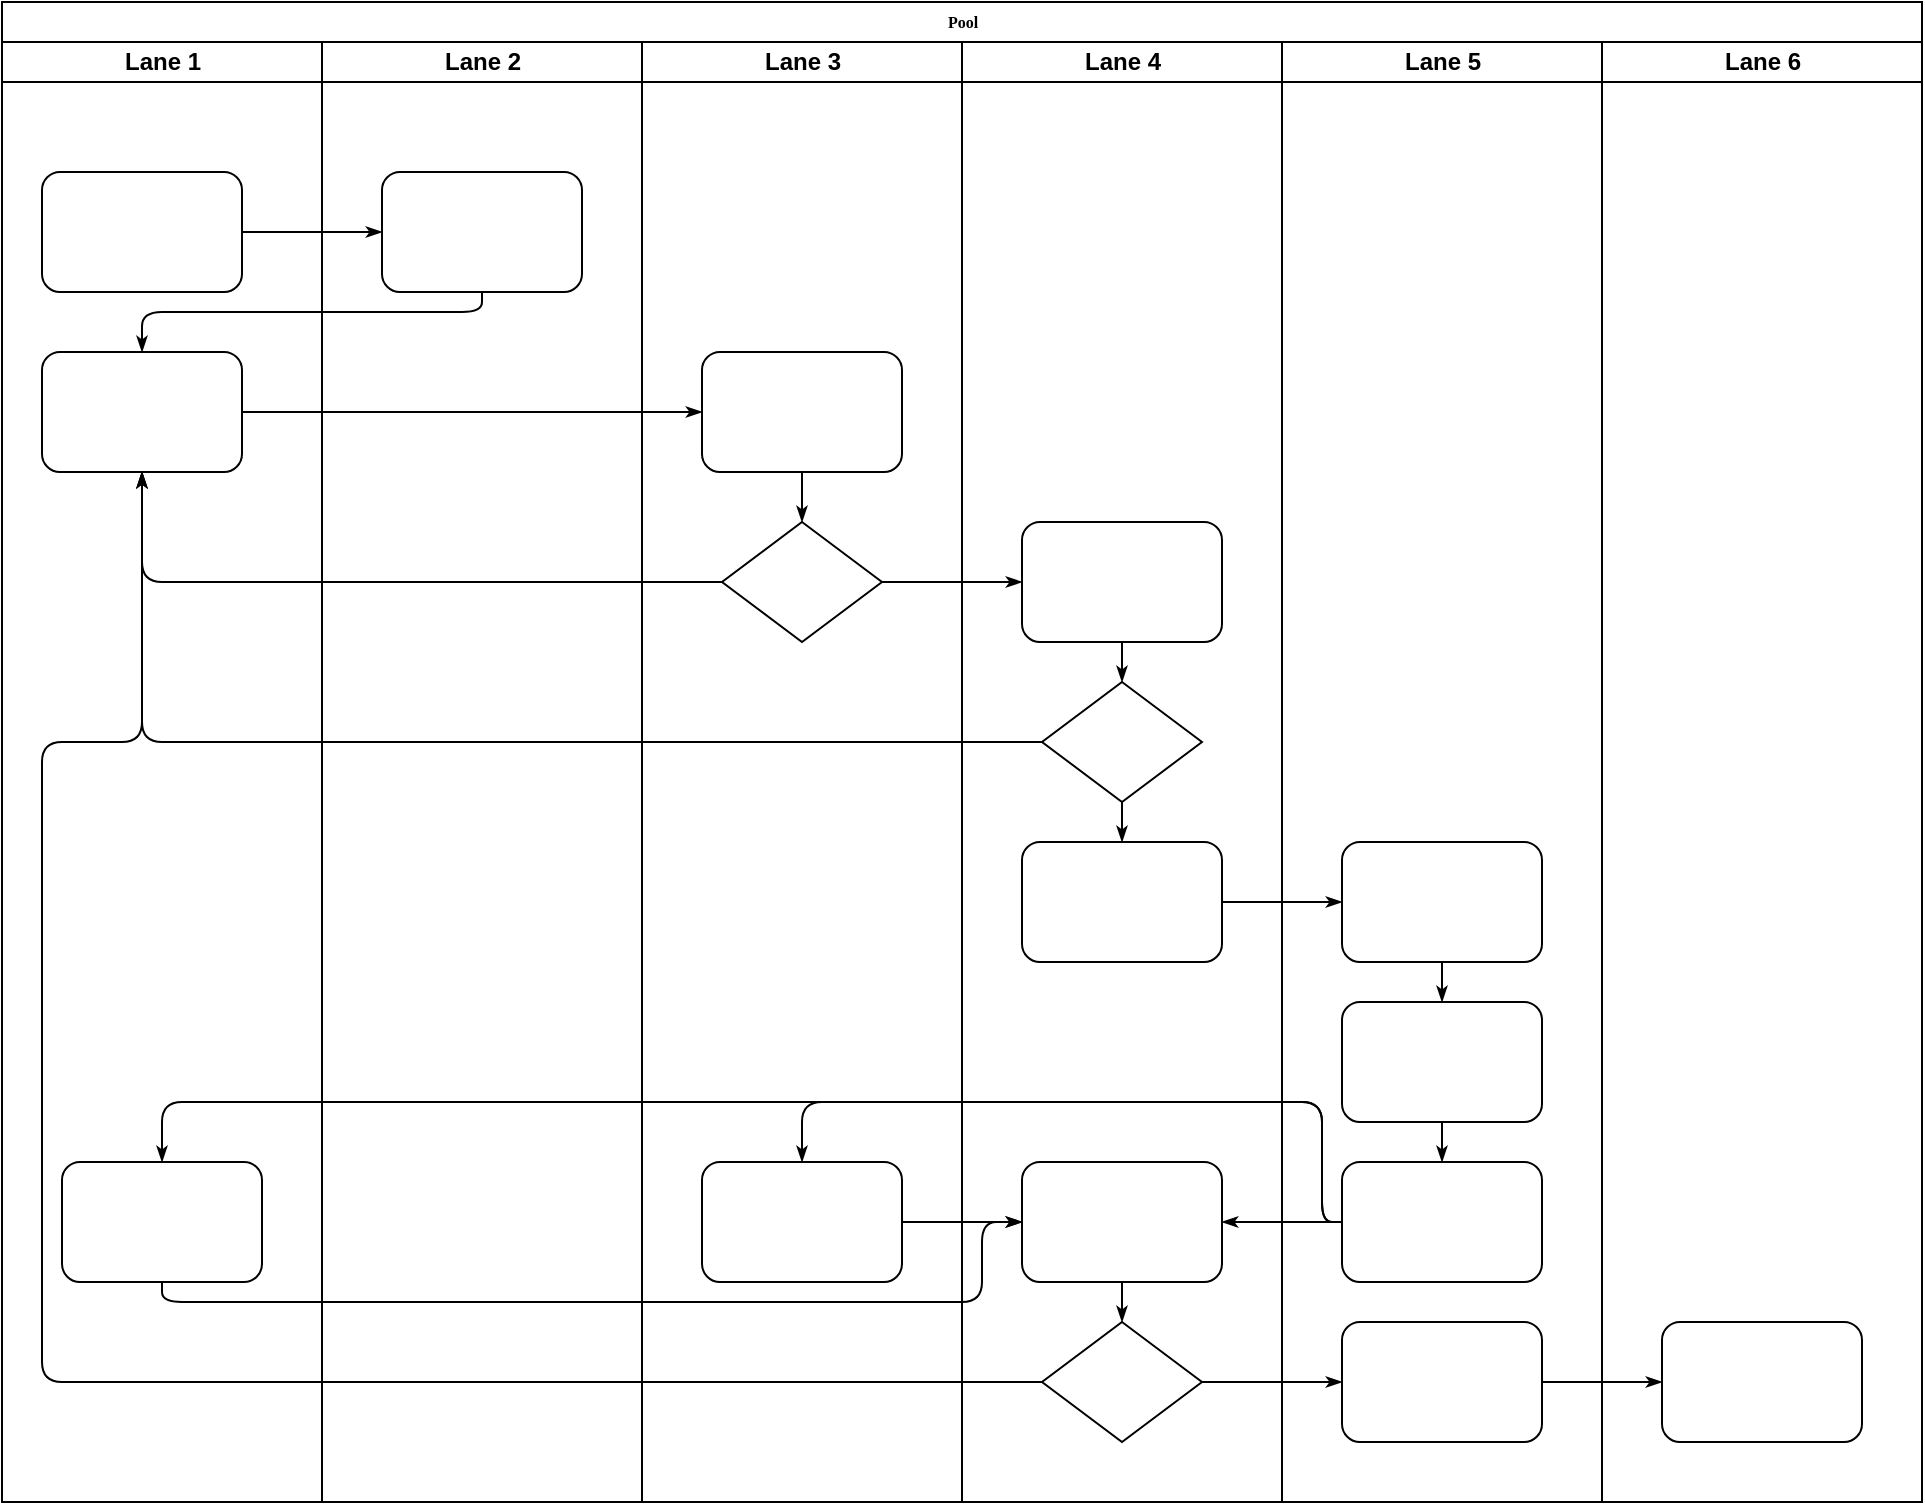
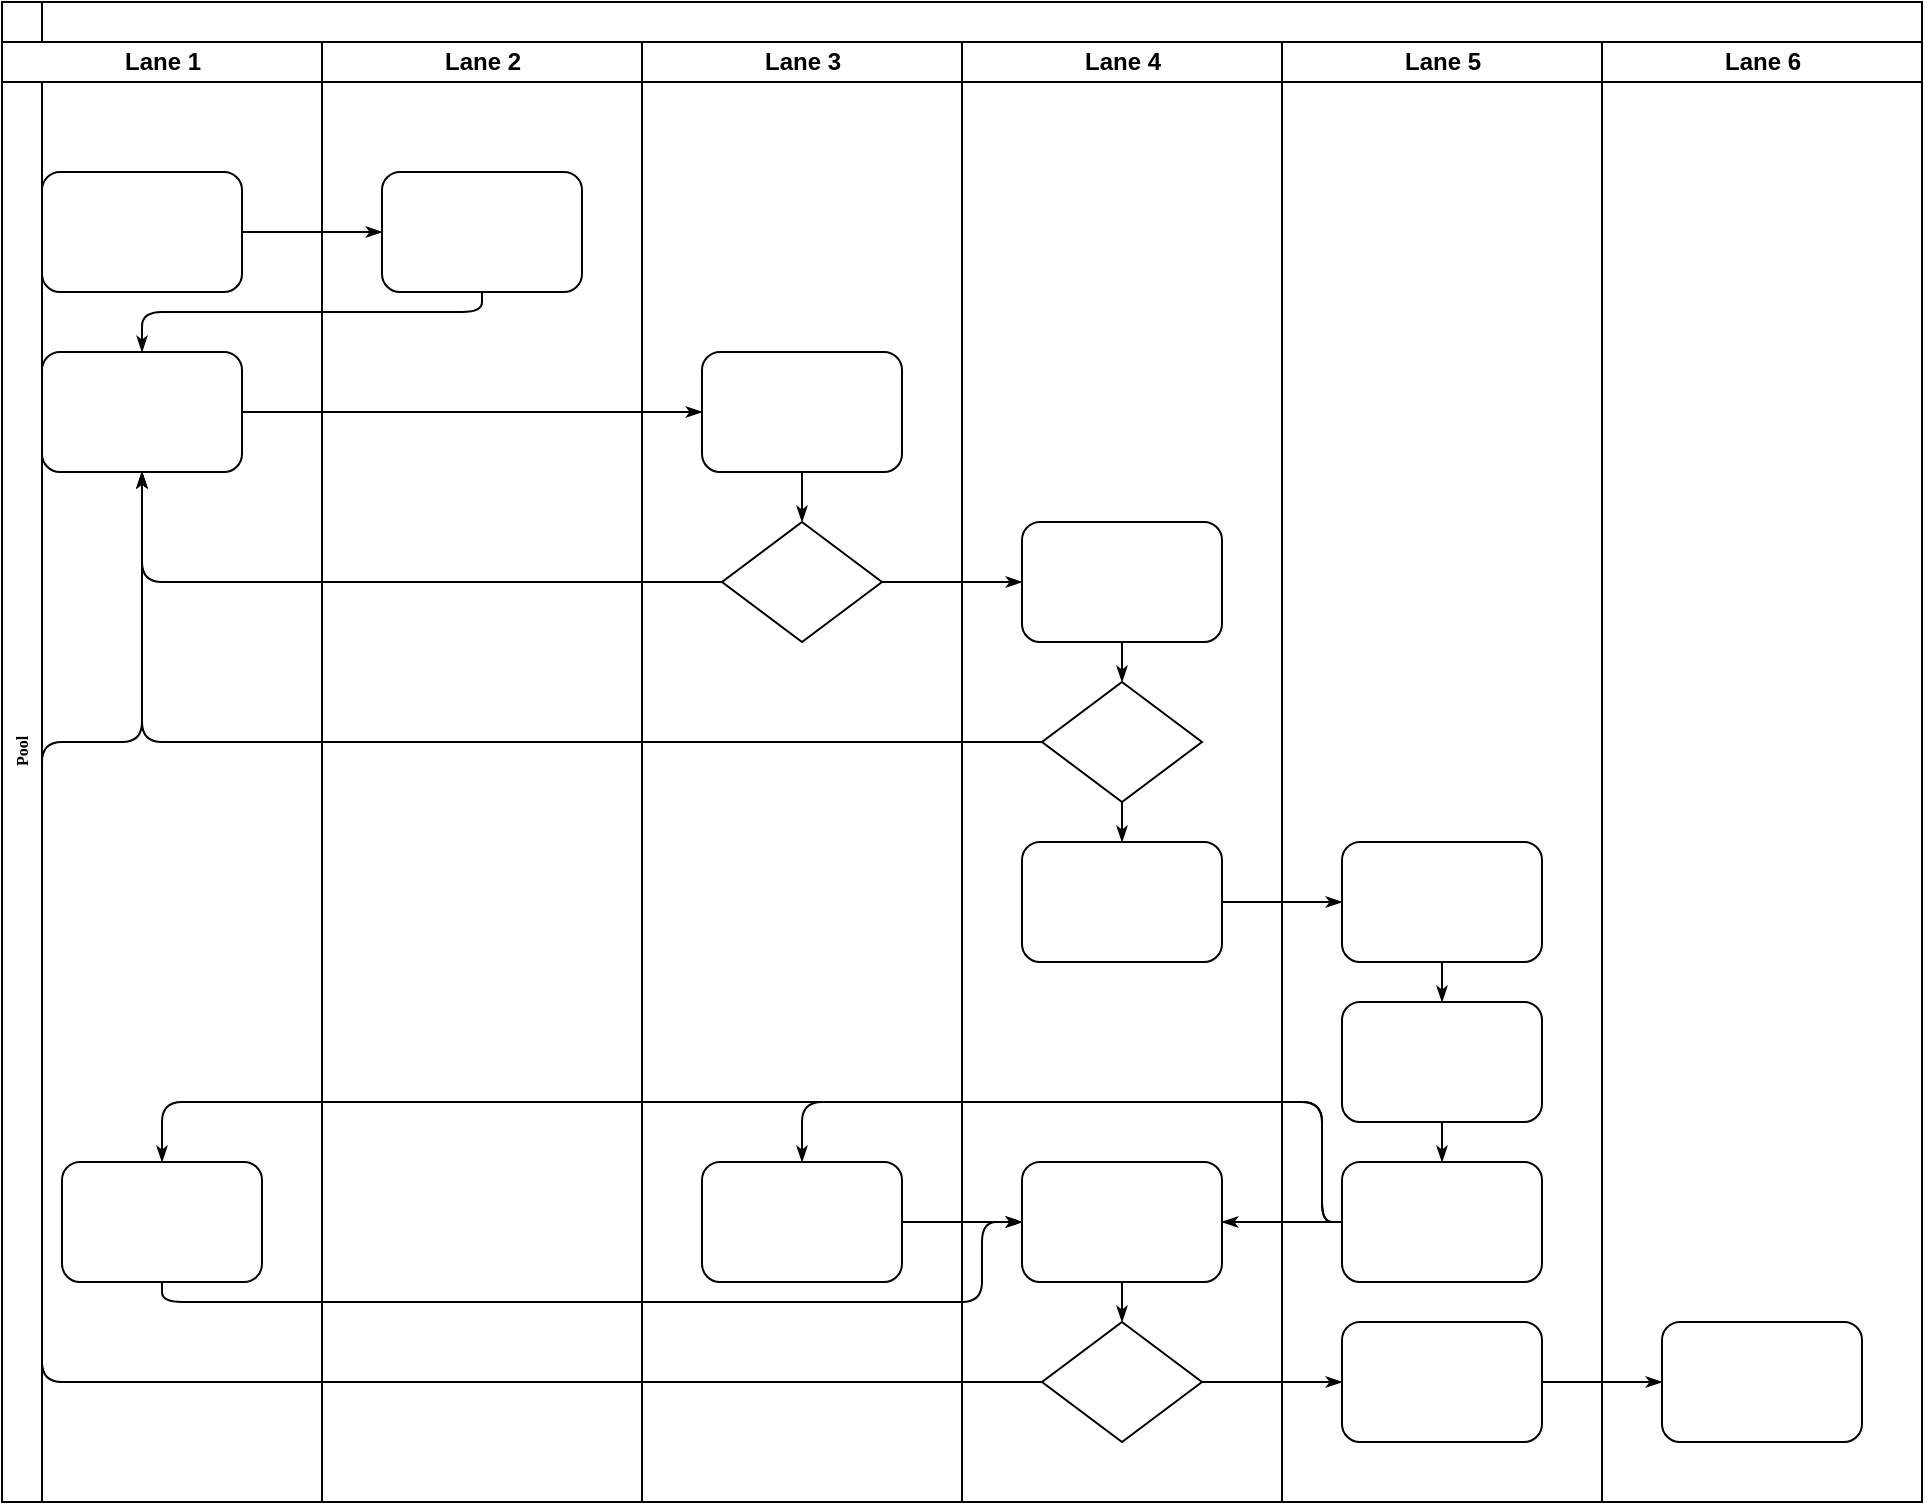
<mxfile host="localhost" modified="2021-05-13T06:26:17.307Z" agent="5.0 (Windows NT 10.0; Win64; x64) AppleWebKit/537.36 (KHTML, like Gecko) Chrome/90.0.4430.212 Safari/537.36" etag="BCXAXoKLO9oIDc7atNh_" version="@DRAWIO-VERSION@" type="device">
  <diagram name="Page-1" id="74e2e168-ea6b-b213-b513-2b3c1d86103e">
    <mxGraphModel dx="1408" dy="748" grid="1" gridSize="10" guides="1" tooltips="1" connect="1" arrows="1" fold="1" page="1" pageScale="1" pageWidth="1100" pageHeight="850" background="none" math="0" shadow="0">
      <root>
        <mxCell id="0" />
        <mxCell id="1" parent="0" />
-         <mxCell id="77e6c97f196da883-1" value="Pool" style="swimlane;html=1;childLayout=stackLayout;startSize=20;rounded=0;shadow=0;labelBackgroundColor=none;strokeWidth=1;fontFamily=Verdana;fontSize=8;align=center;" parent="1" vertex="1">
+         <mxCell id="77e6c97f196da883-1" value="Pool" style="swimlane;html=1;childLayout=stackLayout;horizontal=0;startSize=20;horizontalStack=0;rounded=0;shadow=0;labelBackgroundColor=none;strokeWidth=1;fontFamily=Verdana;fontSize=8;align=center;" parent="1" vertex="1">
          <mxGeometry x="70" y="40" width="960" height="750" as="geometry" />
        </mxCell>
        <mxCell id="77e6c97f196da883-2" value="Lane 1" style="swimlane;html=1;startSize=20;" parent="77e6c97f196da883-1" vertex="1">
          <mxGeometry y="20" width="160" height="730" as="geometry" />
        </mxCell>
        <mxCell id="77e6c97f196da883-8" value="" style="rounded=1;whiteSpace=wrap;html=1;shadow=0;labelBackgroundColor=none;strokeWidth=1;fontFamily=Verdana;fontSize=8;align=center;" parent="77e6c97f196da883-2" vertex="1">
          <mxGeometry x="20" y="65" width="100" height="60" as="geometry" />
        </mxCell>
        <mxCell id="77e6c97f196da883-9" value="" style="rounded=1;whiteSpace=wrap;html=1;shadow=0;labelBackgroundColor=none;strokeWidth=1;fontFamily=Verdana;fontSize=8;align=center;" parent="77e6c97f196da883-2" vertex="1">
          <mxGeometry x="20" y="155" width="100" height="60" as="geometry" />
        </mxCell>
        <mxCell id="77e6c97f196da883-10" value="" style="rounded=1;whiteSpace=wrap;html=1;shadow=0;labelBackgroundColor=none;strokeWidth=1;fontFamily=Verdana;fontSize=8;align=center;" parent="77e6c97f196da883-2" vertex="1">
          <mxGeometry x="30" y="560" width="100" height="60" as="geometry" />
        </mxCell>
        <mxCell id="77e6c97f196da883-26" style="edgeStyle=orthogonalEdgeStyle;rounded=1;html=1;labelBackgroundColor=none;startArrow=none;startFill=0;startSize=5;endArrow=classicThin;endFill=1;endSize=5;jettySize=auto;orthogonalLoop=1;strokeWidth=1;fontFamily=Verdana;fontSize=8" parent="77e6c97f196da883-1" source="77e6c97f196da883-8" target="77e6c97f196da883-11" edge="1">
          <mxGeometry relative="1" as="geometry" />
        </mxCell>
        <mxCell id="77e6c97f196da883-27" style="edgeStyle=orthogonalEdgeStyle;rounded=1;html=1;labelBackgroundColor=none;startArrow=none;startFill=0;startSize=5;endArrow=classicThin;endFill=1;endSize=5;jettySize=auto;orthogonalLoop=1;strokeWidth=1;fontFamily=Verdana;fontSize=8" parent="77e6c97f196da883-1" source="77e6c97f196da883-11" target="77e6c97f196da883-9" edge="1">
          <mxGeometry relative="1" as="geometry">
            <Array as="points">
              <mxPoint x="240" y="155" />
              <mxPoint x="70" y="155" />
            </Array>
          </mxGeometry>
        </mxCell>
        <mxCell id="77e6c97f196da883-28" style="edgeStyle=orthogonalEdgeStyle;rounded=1;html=1;labelBackgroundColor=none;startArrow=none;startFill=0;startSize=5;endArrow=classicThin;endFill=1;endSize=5;jettySize=auto;orthogonalLoop=1;strokeWidth=1;fontFamily=Verdana;fontSize=8" parent="77e6c97f196da883-1" source="77e6c97f196da883-9" target="77e6c97f196da883-12" edge="1">
          <mxGeometry relative="1" as="geometry" />
        </mxCell>
        <mxCell id="77e6c97f196da883-30" style="edgeStyle=orthogonalEdgeStyle;rounded=1;html=1;labelBackgroundColor=none;startArrow=none;startFill=0;startSize=5;endArrow=classicThin;endFill=1;endSize=5;jettySize=auto;orthogonalLoop=1;strokeWidth=1;fontFamily=Verdana;fontSize=8" parent="77e6c97f196da883-1" source="77e6c97f196da883-13" target="77e6c97f196da883-9" edge="1">
          <mxGeometry relative="1" as="geometry" />
        </mxCell>
        <mxCell id="77e6c97f196da883-31" style="edgeStyle=orthogonalEdgeStyle;rounded=1;html=1;labelBackgroundColor=none;startArrow=none;startFill=0;startSize=5;endArrow=classicThin;endFill=1;endSize=5;jettySize=auto;orthogonalLoop=1;strokeWidth=1;fontFamily=Verdana;fontSize=8" parent="77e6c97f196da883-1" source="77e6c97f196da883-16" target="77e6c97f196da883-9" edge="1">
          <mxGeometry relative="1" as="geometry" />
        </mxCell>
        <mxCell id="77e6c97f196da883-32" style="edgeStyle=orthogonalEdgeStyle;rounded=1;html=1;labelBackgroundColor=none;startArrow=none;startFill=0;startSize=5;endArrow=classicThin;endFill=1;endSize=5;jettySize=auto;orthogonalLoop=1;strokeWidth=1;fontFamily=Verdana;fontSize=8" parent="77e6c97f196da883-1" source="77e6c97f196da883-20" target="77e6c97f196da883-9" edge="1">
          <mxGeometry relative="1" as="geometry">
            <Array as="points">
              <mxPoint x="20" y="690" />
              <mxPoint x="20" y="370" />
              <mxPoint x="70" y="370" />
            </Array>
          </mxGeometry>
        </mxCell>
        <mxCell id="77e6c97f196da883-33" style="edgeStyle=orthogonalEdgeStyle;rounded=1;html=1;labelBackgroundColor=none;startArrow=none;startFill=0;startSize=5;endArrow=classicThin;endFill=1;endSize=5;jettySize=auto;orthogonalLoop=1;strokeWidth=1;fontFamily=Verdana;fontSize=8" parent="77e6c97f196da883-1" source="77e6c97f196da883-13" target="77e6c97f196da883-15" edge="1">
          <mxGeometry relative="1" as="geometry" />
        </mxCell>
        <mxCell id="77e6c97f196da883-39" style="edgeStyle=orthogonalEdgeStyle;rounded=1;html=1;labelBackgroundColor=none;startArrow=none;startFill=0;startSize=5;endArrow=classicThin;endFill=1;endSize=5;jettySize=auto;orthogonalLoop=1;strokeWidth=1;fontFamily=Verdana;fontSize=8" parent="77e6c97f196da883-1" source="77e6c97f196da883-20" target="77e6c97f196da883-23" edge="1">
          <mxGeometry relative="1" as="geometry" />
        </mxCell>
        <mxCell id="77e6c97f196da883-40" style="edgeStyle=orthogonalEdgeStyle;rounded=1;html=1;labelBackgroundColor=none;startArrow=none;startFill=0;startSize=5;endArrow=classicThin;endFill=1;endSize=5;jettySize=auto;orthogonalLoop=1;strokeWidth=1;fontFamily=Verdana;fontSize=8" parent="77e6c97f196da883-1" source="77e6c97f196da883-23" target="77e6c97f196da883-24" edge="1">
          <mxGeometry relative="1" as="geometry" />
        </mxCell>
        <mxCell id="107ba76e4e335f99-1" style="edgeStyle=orthogonalEdgeStyle;rounded=1;html=1;labelBackgroundColor=none;startArrow=none;startFill=0;startSize=5;endArrow=classicThin;endFill=1;endSize=5;jettySize=auto;orthogonalLoop=1;strokeWidth=1;fontFamily=Verdana;fontSize=8" parent="77e6c97f196da883-1" source="77e6c97f196da883-17" target="77e6c97f196da883-18" edge="1">
          <mxGeometry relative="1" as="geometry" />
        </mxCell>
        <mxCell id="107ba76e4e335f99-2" style="edgeStyle=orthogonalEdgeStyle;rounded=1;html=1;labelBackgroundColor=none;startArrow=none;startFill=0;startSize=5;endArrow=classicThin;endFill=1;endSize=5;jettySize=auto;orthogonalLoop=1;strokeWidth=1;fontFamily=Verdana;fontSize=8" parent="77e6c97f196da883-1" source="77e6c97f196da883-22" target="77e6c97f196da883-14" edge="1">
          <mxGeometry relative="1" as="geometry">
            <Array as="points">
              <mxPoint x="660" y="610" />
              <mxPoint x="660" y="550" />
              <mxPoint x="400" y="550" />
            </Array>
          </mxGeometry>
        </mxCell>
        <mxCell id="107ba76e4e335f99-3" style="edgeStyle=orthogonalEdgeStyle;rounded=1;html=1;labelBackgroundColor=none;startArrow=none;startFill=0;startSize=5;endArrow=classicThin;endFill=1;endSize=5;jettySize=auto;orthogonalLoop=1;strokeColor=#000000;strokeWidth=1;fontFamily=Verdana;fontSize=8;fontColor=#000000;" parent="77e6c97f196da883-1" source="77e6c97f196da883-22" target="77e6c97f196da883-19" edge="1">
          <mxGeometry relative="1" as="geometry" />
        </mxCell>
        <mxCell id="107ba76e4e335f99-4" style="edgeStyle=orthogonalEdgeStyle;rounded=1;html=1;labelBackgroundColor=none;startArrow=none;startFill=0;startSize=5;endArrow=classicThin;endFill=1;endSize=5;jettySize=auto;orthogonalLoop=1;strokeWidth=1;fontFamily=Verdana;fontSize=8" parent="77e6c97f196da883-1" source="77e6c97f196da883-22" target="77e6c97f196da883-10" edge="1">
          <mxGeometry relative="1" as="geometry">
            <Array as="points">
              <mxPoint x="660" y="610" />
              <mxPoint x="660" y="550" />
              <mxPoint x="80" y="550" />
            </Array>
          </mxGeometry>
        </mxCell>
        <mxCell id="107ba76e4e335f99-5" style="edgeStyle=orthogonalEdgeStyle;rounded=1;html=1;labelBackgroundColor=none;startArrow=none;startFill=0;startSize=5;endArrow=classicThin;endFill=1;endSize=5;jettySize=auto;orthogonalLoop=1;strokeWidth=1;fontFamily=Verdana;fontSize=8" parent="77e6c97f196da883-1" source="77e6c97f196da883-10" target="77e6c97f196da883-19" edge="1">
          <mxGeometry relative="1" as="geometry">
            <Array as="points">
              <mxPoint x="80" y="650" />
              <mxPoint x="490" y="650" />
              <mxPoint x="490" y="610" />
            </Array>
          </mxGeometry>
        </mxCell>
        <mxCell id="107ba76e4e335f99-6" style="edgeStyle=orthogonalEdgeStyle;rounded=1;html=1;labelBackgroundColor=none;startArrow=none;startFill=0;startSize=5;endArrow=classicThin;endFill=1;endSize=5;jettySize=auto;orthogonalLoop=1;strokeWidth=1;fontFamily=Verdana;fontSize=8" parent="77e6c97f196da883-1" source="77e6c97f196da883-14" target="77e6c97f196da883-19" edge="1">
          <mxGeometry relative="1" as="geometry" />
        </mxCell>
        <mxCell id="77e6c97f196da883-3" value="Lane 2" style="swimlane;html=1;startSize=20;" parent="77e6c97f196da883-1" vertex="1">
          <mxGeometry x="160" y="20" width="160" height="730" as="geometry" />
        </mxCell>
        <mxCell id="77e6c97f196da883-11" value="" style="rounded=1;whiteSpace=wrap;html=1;shadow=0;labelBackgroundColor=none;strokeWidth=1;fontFamily=Verdana;fontSize=8;align=center;" parent="77e6c97f196da883-3" vertex="1">
          <mxGeometry x="30" y="65" width="100" height="60" as="geometry" />
        </mxCell>
        <mxCell id="77e6c97f196da883-4" value="Lane 3" style="swimlane;html=1;startSize=20;" parent="77e6c97f196da883-1" vertex="1">
          <mxGeometry x="320" y="20" width="160" height="730" as="geometry" />
        </mxCell>
        <mxCell id="77e6c97f196da883-12" value="" style="rounded=1;whiteSpace=wrap;html=1;shadow=0;labelBackgroundColor=none;strokeWidth=1;fontFamily=Verdana;fontSize=8;align=center;" parent="77e6c97f196da883-4" vertex="1">
          <mxGeometry x="30" y="155" width="100" height="60" as="geometry" />
        </mxCell>
        <mxCell id="77e6c97f196da883-13" value="" style="rhombus;whiteSpace=wrap;html=1;rounded=0;shadow=0;labelBackgroundColor=none;strokeWidth=1;fontFamily=Verdana;fontSize=8;align=center;" parent="77e6c97f196da883-4" vertex="1">
          <mxGeometry x="40" y="240" width="80" height="60" as="geometry" />
        </mxCell>
        <mxCell id="77e6c97f196da883-14" value="" style="rounded=1;whiteSpace=wrap;html=1;shadow=0;labelBackgroundColor=none;strokeWidth=1;fontFamily=Verdana;fontSize=8;align=center;" parent="77e6c97f196da883-4" vertex="1">
          <mxGeometry x="30" y="560" width="100" height="60" as="geometry" />
        </mxCell>
        <mxCell id="77e6c97f196da883-29" style="edgeStyle=orthogonalEdgeStyle;rounded=1;html=1;labelBackgroundColor=none;startArrow=none;startFill=0;startSize=5;endArrow=classicThin;endFill=1;endSize=5;jettySize=auto;orthogonalLoop=1;strokeWidth=1;fontFamily=Verdana;fontSize=8" parent="77e6c97f196da883-4" source="77e6c97f196da883-12" target="77e6c97f196da883-13" edge="1">
          <mxGeometry relative="1" as="geometry" />
        </mxCell>
        <mxCell id="77e6c97f196da883-5" value="Lane 4" style="swimlane;html=1;startSize=20;" parent="77e6c97f196da883-1" vertex="1">
          <mxGeometry x="480" y="20" width="160" height="730" as="geometry" />
        </mxCell>
        <mxCell id="77e6c97f196da883-15" value="" style="rounded=1;whiteSpace=wrap;html=1;shadow=0;labelBackgroundColor=none;strokeWidth=1;fontFamily=Verdana;fontSize=8;align=center;" parent="77e6c97f196da883-5" vertex="1">
          <mxGeometry x="30" y="240" width="100" height="60" as="geometry" />
        </mxCell>
        <mxCell id="77e6c97f196da883-16" value="" style="rhombus;whiteSpace=wrap;html=1;rounded=0;shadow=0;labelBackgroundColor=none;strokeWidth=1;fontFamily=Verdana;fontSize=8;align=center;" parent="77e6c97f196da883-5" vertex="1">
          <mxGeometry x="40" y="320" width="80" height="60" as="geometry" />
        </mxCell>
        <mxCell id="77e6c97f196da883-17" value="" style="rounded=1;whiteSpace=wrap;html=1;shadow=0;labelBackgroundColor=none;strokeWidth=1;fontFamily=Verdana;fontSize=8;align=center;" parent="77e6c97f196da883-5" vertex="1">
          <mxGeometry x="30" y="400" width="100" height="60" as="geometry" />
        </mxCell>
        <mxCell id="77e6c97f196da883-19" value="" style="rounded=1;whiteSpace=wrap;html=1;shadow=0;labelBackgroundColor=none;strokeWidth=1;fontFamily=Verdana;fontSize=8;align=center;" parent="77e6c97f196da883-5" vertex="1">
          <mxGeometry x="30" y="560" width="100" height="60" as="geometry" />
        </mxCell>
        <mxCell id="77e6c97f196da883-20" value="" style="rhombus;whiteSpace=wrap;html=1;rounded=0;shadow=0;labelBackgroundColor=none;strokeWidth=1;fontFamily=Verdana;fontSize=8;align=center;" parent="77e6c97f196da883-5" vertex="1">
          <mxGeometry x="40" y="640" width="80" height="60" as="geometry" />
        </mxCell>
        <mxCell id="77e6c97f196da883-34" style="edgeStyle=orthogonalEdgeStyle;rounded=1;html=1;labelBackgroundColor=none;startArrow=none;startFill=0;startSize=5;endArrow=classicThin;endFill=1;endSize=5;jettySize=auto;orthogonalLoop=1;strokeColor=#000000;strokeWidth=1;fontFamily=Verdana;fontSize=8;fontColor=#000000;" parent="77e6c97f196da883-5" source="77e6c97f196da883-15" target="77e6c97f196da883-16" edge="1">
          <mxGeometry relative="1" as="geometry" />
        </mxCell>
        <mxCell id="77e6c97f196da883-35" style="edgeStyle=orthogonalEdgeStyle;rounded=1;html=1;labelBackgroundColor=none;startArrow=none;startFill=0;startSize=5;endArrow=classicThin;endFill=1;endSize=5;jettySize=auto;orthogonalLoop=1;strokeWidth=1;fontFamily=Verdana;fontSize=8" parent="77e6c97f196da883-5" source="77e6c97f196da883-16" target="77e6c97f196da883-17" edge="1">
          <mxGeometry relative="1" as="geometry" />
        </mxCell>
        <mxCell id="77e6c97f196da883-36" style="edgeStyle=orthogonalEdgeStyle;rounded=1;html=1;labelBackgroundColor=none;startArrow=none;startFill=0;startSize=5;endArrow=classicThin;endFill=1;endSize=5;jettySize=auto;orthogonalLoop=1;strokeWidth=1;fontFamily=Verdana;fontSize=8" parent="77e6c97f196da883-5" source="77e6c97f196da883-19" target="77e6c97f196da883-20" edge="1">
          <mxGeometry relative="1" as="geometry" />
        </mxCell>
        <mxCell id="77e6c97f196da883-6" value="Lane 5" style="swimlane;html=1;startSize=20;" parent="77e6c97f196da883-1" vertex="1">
          <mxGeometry x="640" y="20" width="160" height="730" as="geometry" />
        </mxCell>
        <mxCell id="77e6c97f196da883-18" value="" style="rounded=1;whiteSpace=wrap;html=1;shadow=0;labelBackgroundColor=none;strokeWidth=1;fontFamily=Verdana;fontSize=8;align=center;" parent="77e6c97f196da883-6" vertex="1">
          <mxGeometry x="30" y="400" width="100" height="60" as="geometry" />
        </mxCell>
        <mxCell id="77e6c97f196da883-21" value="" style="rounded=1;whiteSpace=wrap;html=1;shadow=0;labelBackgroundColor=none;strokeWidth=1;fontFamily=Verdana;fontSize=8;align=center;" parent="77e6c97f196da883-6" vertex="1">
          <mxGeometry x="30" y="480" width="100" height="60" as="geometry" />
        </mxCell>
        <mxCell id="77e6c97f196da883-22" value="" style="rounded=1;whiteSpace=wrap;html=1;shadow=0;labelBackgroundColor=none;strokeWidth=1;fontFamily=Verdana;fontSize=8;align=center;" parent="77e6c97f196da883-6" vertex="1">
          <mxGeometry x="30" y="560" width="100" height="60" as="geometry" />
        </mxCell>
        <mxCell id="77e6c97f196da883-23" value="" style="rounded=1;whiteSpace=wrap;html=1;shadow=0;labelBackgroundColor=none;strokeWidth=1;fontFamily=Verdana;fontSize=8;align=center;" parent="77e6c97f196da883-6" vertex="1">
          <mxGeometry x="30" y="640" width="100" height="60" as="geometry" />
        </mxCell>
        <mxCell id="77e6c97f196da883-37" style="edgeStyle=orthogonalEdgeStyle;rounded=1;html=1;labelBackgroundColor=none;startArrow=none;startFill=0;startSize=5;endArrow=classicThin;endFill=1;endSize=5;jettySize=auto;orthogonalLoop=1;strokeWidth=1;fontFamily=Verdana;fontSize=8" parent="77e6c97f196da883-6" source="77e6c97f196da883-18" target="77e6c97f196da883-21" edge="1">
          <mxGeometry relative="1" as="geometry" />
        </mxCell>
        <mxCell id="77e6c97f196da883-38" style="edgeStyle=orthogonalEdgeStyle;rounded=1;html=1;labelBackgroundColor=none;startArrow=none;startFill=0;startSize=5;endArrow=classicThin;endFill=1;endSize=5;jettySize=auto;orthogonalLoop=1;strokeWidth=1;fontFamily=Verdana;fontSize=8" parent="77e6c97f196da883-6" source="77e6c97f196da883-21" target="77e6c97f196da883-22" edge="1">
          <mxGeometry relative="1" as="geometry" />
        </mxCell>
        <mxCell id="77e6c97f196da883-7" value="Lane 6" style="swimlane;html=1;startSize=20;" parent="77e6c97f196da883-1" vertex="1">
          <mxGeometry x="800" y="20" width="160" height="730" as="geometry" />
        </mxCell>
        <mxCell id="77e6c97f196da883-24" value="" style="rounded=1;whiteSpace=wrap;html=1;shadow=0;labelBackgroundColor=none;strokeWidth=1;fontFamily=Verdana;fontSize=8;align=center;" parent="77e6c97f196da883-7" vertex="1">
          <mxGeometry x="30" y="640" width="100" height="60" as="geometry" />
        </mxCell>
      </root>
    </mxGraphModel>
  </diagram>
</mxfile>
